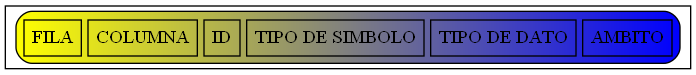
Before: Simbolos.png, a diagram exported from Graphviz (JoseMore99/OLC2_P1_201701015). Its source is kept beside it as Simbolos.dot.
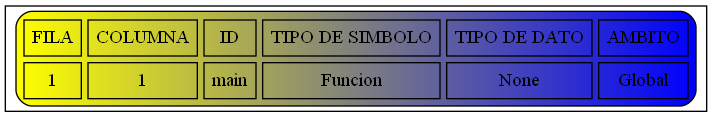
The same file after the commit.

Diff of the diagram source:
```diff
@@ -2,5 +2,6 @@
 node [shape=record];
 a0 [label=<<TABLE border="1" cellspacing="5" cellpadding="5" style="rounded" bgcolor="yellow:blue">
 "<TR><TD>FILA</TD><TD>COLUMNA</TD><TD>ID</TD><TD>TIPO DE SIMBOLO</TD><TD>TIPO DE DATO</TD><TD>AMBITO</TD></TR>
+<TR><TD>1</TD><TD>1</TD><TD>main</TD><TD>Funcion</TD><TD>None</TD><TD>Global</TD></TR>
 </TABLE>>];
 }
```
